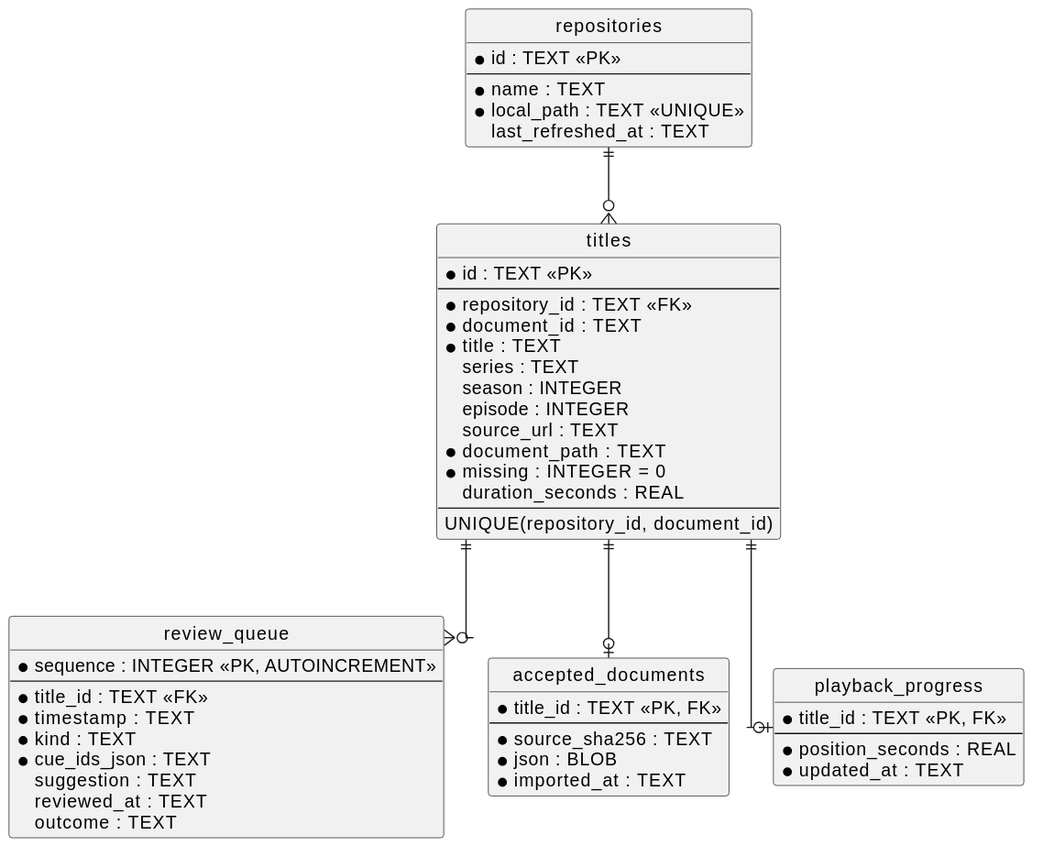
parkie213/petites-roues keeps this PlantUML diagram as docs/diagrams/database-schema.svg. Above is the earlier version.
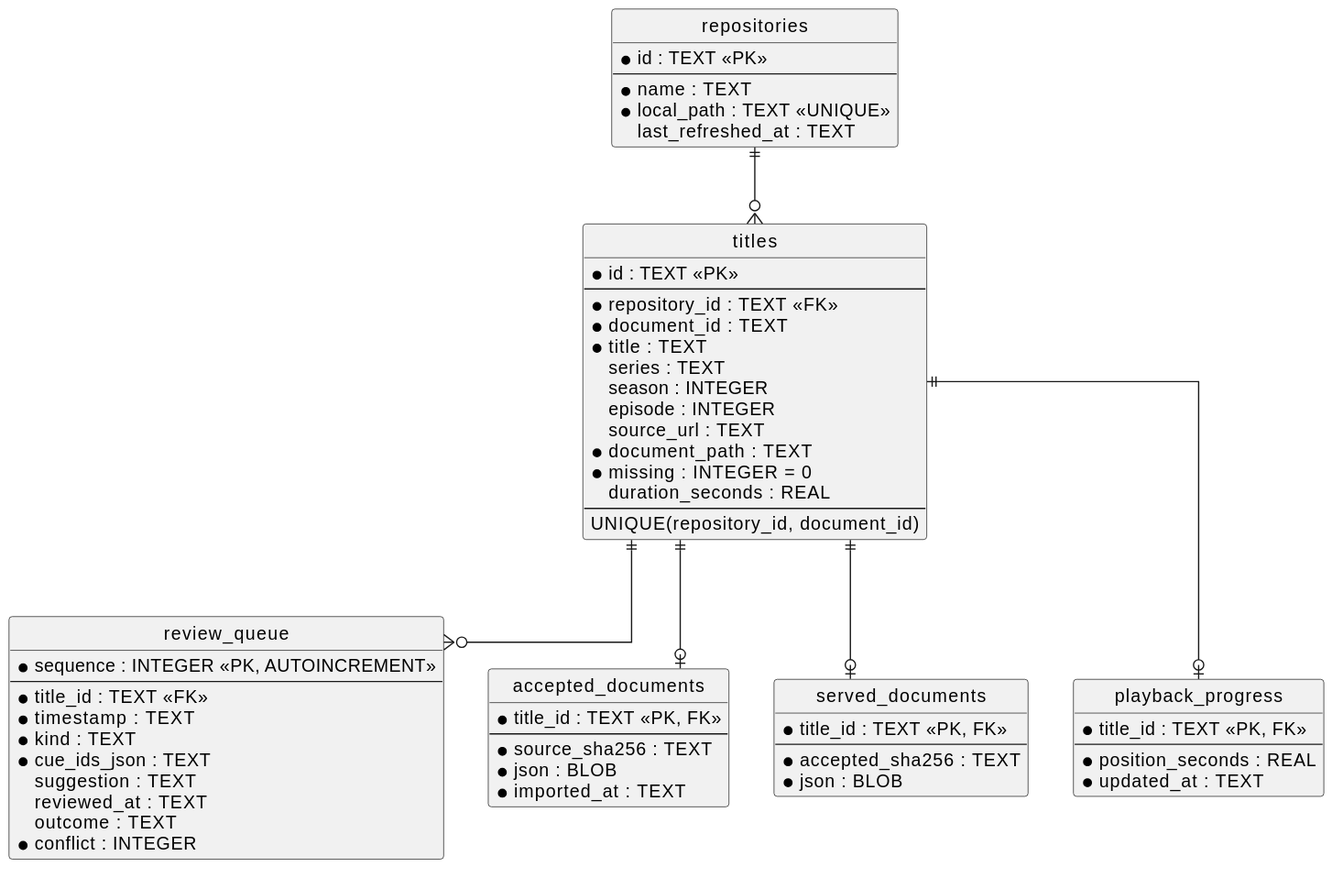
Later version of the same file.

What changed in the source:
```diff
@@ -38,6 +38,7 @@
   suggestion : TEXT
   reviewed_at : TEXT
   outcome : TEXT
+  * conflict : INTEGER
 }
 
 entity "accepted_documents" as accepted {
@@ -46,6 +47,13 @@
   * source_sha256 : TEXT
   * json : BLOB
   * imported_at : TEXT
+}
+
+entity "served_documents" as served {
+  * title_id : TEXT <<PK, FK>>
+  --
+  * accepted_sha256 : TEXT
+  * json : BLOB
 }
 
 entity "playback_progress" as progress {
@@ -58,5 +66,6 @@
 repositories ||--o{ titles
 titles ||--o{ reviews
 titles ||--o| accepted
+titles ||--o| served
 titles ||--o| progress
 @enduml
```
